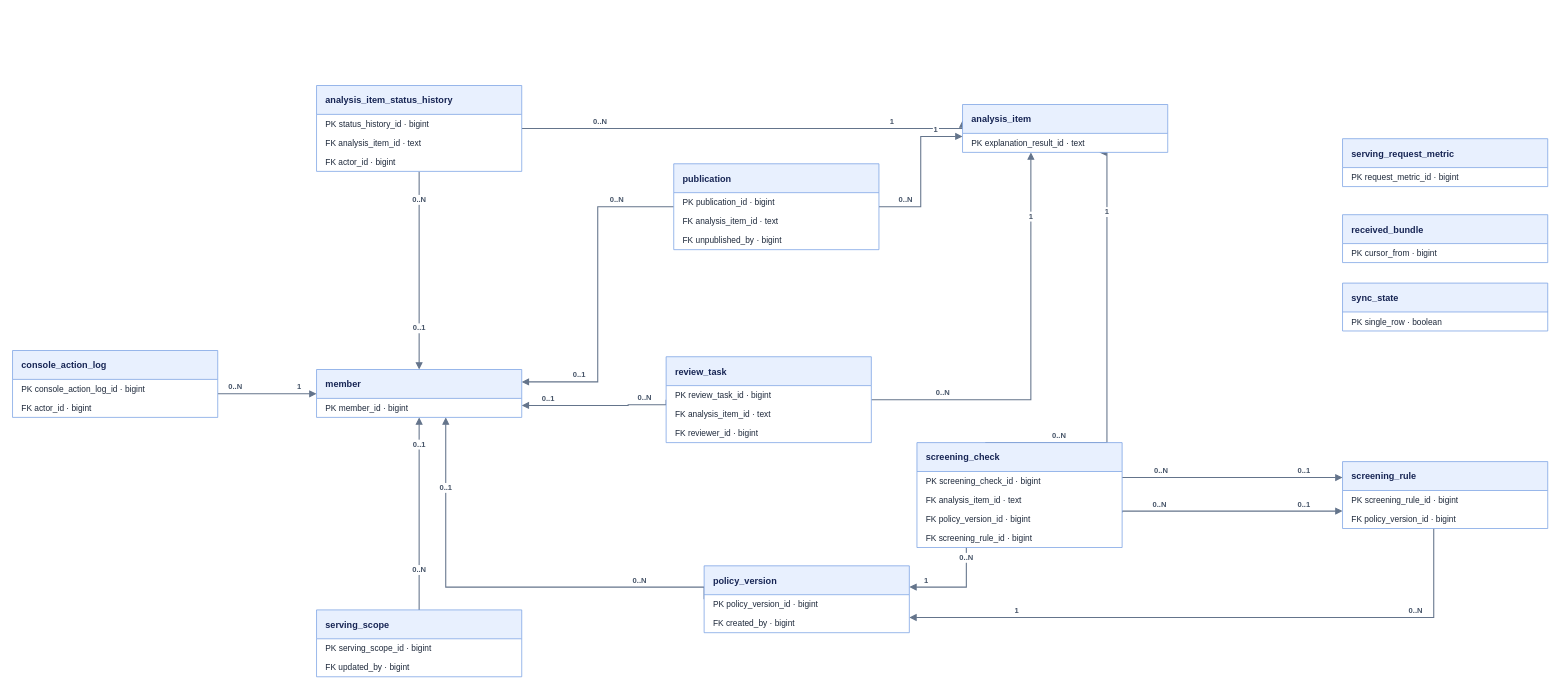
Above: docs/data-model/onprem/erd.drawio in alphaeveryday/edge (draw.io), before the change. Source tidied: cells renumbered, new cells numbered last; positions are measured from the earlier drawing's top-left corner, leaving out a move shared by most shapes. Both pictures are drawn from the tidied source at 76%, with x=0, y=0 at pixel (12, 85).
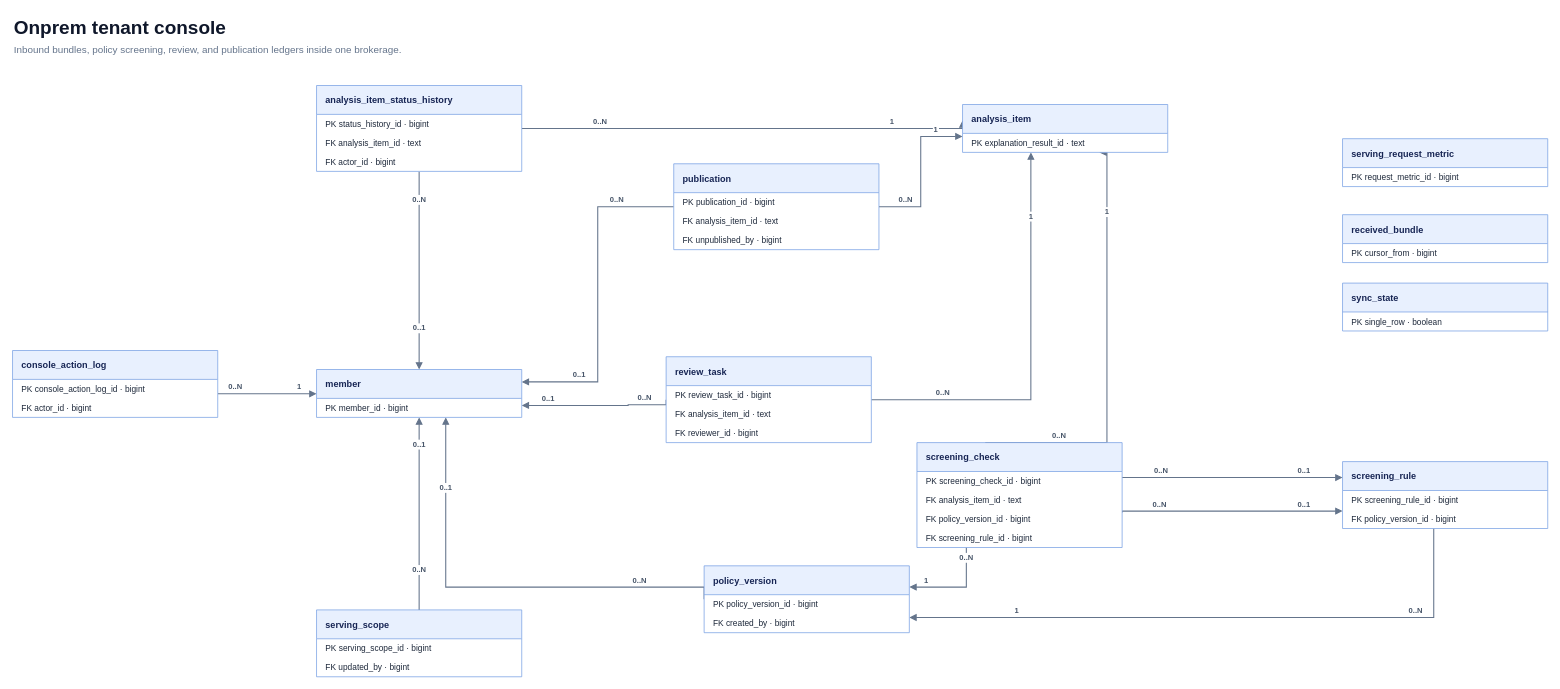
Above is the later version.

What changed in the source:
```diff
@@
+    <mxCell id="83" value="Onprem tenant console" style="text;html=0;strokeColor=none;fillColor=none;align=left;verticalAlign=middle;fontColor=#0f172a;fontSize=25;fontStyle=1;" parent="1" vertex="1">
+      <mxGeometry y="-96" width="900" height="34" as="geometry" />
+    </mxCell>
+    <mxCell id="84" value="Inbound bundles, policy screening, review, and publication ledgers inside one brokerage." style="text;html=0;strokeColor=none;fillColor=none;align=left;verticalAlign=middle;fontColor=#64748b;fontSize=13;" parent="1" vertex="1">
+      <mxGeometry y="-58" width="900" height="20" as="geometry" />
+    </mxCell>
```
